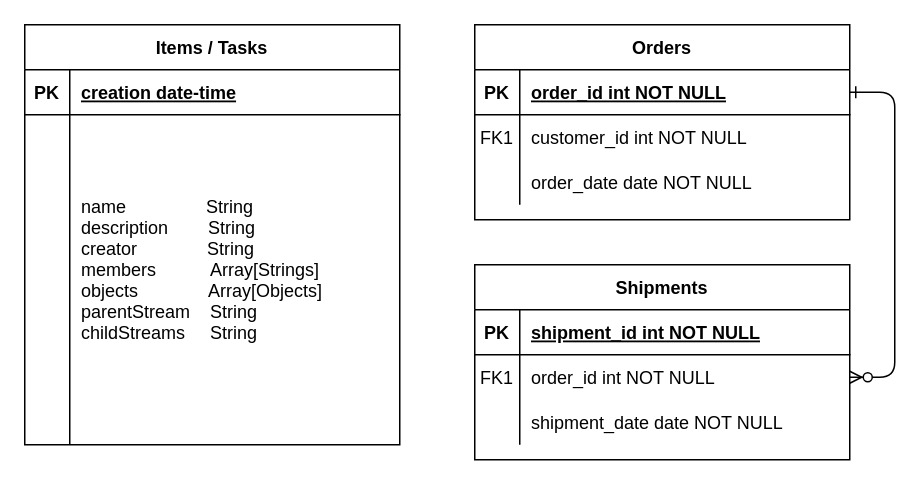
Earlier version of the draw.io diagram Untitled Diagram.drawio (jayelg/tasktime-client). Source tidied: cells renumbered, new cells numbered last; positions are measured from the earlier drawing's top-left corner, leaving out a move shared by most shapes. Both pictures are drawn from the tidied source at 150%, with x=0, y=0 at pixel (24, 24).
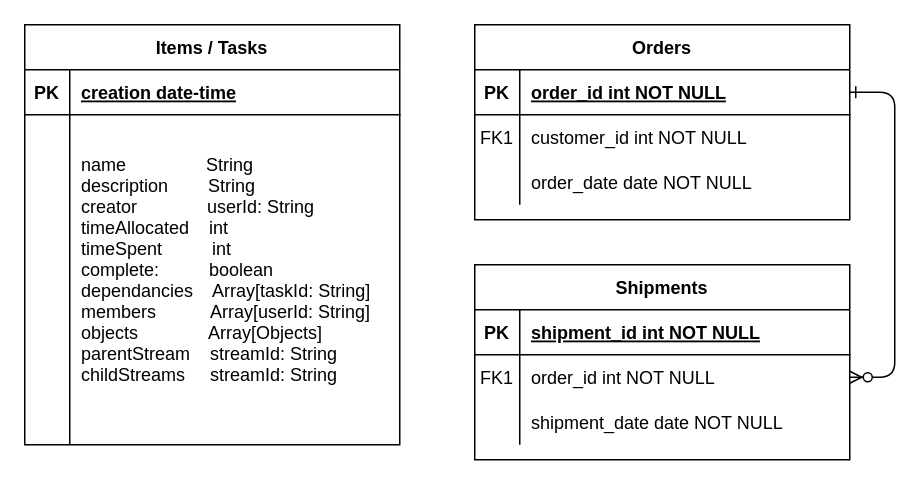
The same page after the edit.

The change refers to these unchanged cells:
```xml
<mxCell id="27" style="shape=partialRectangle;fillColor=none;top=0;left=0;right=0;bottom=0;" parent="23" vertex="1">
  <mxGeometry y="60" width="250" height="220" as="geometry" />
</mxCell>
```

Change to the diagram source:
```diff
@@
-    <mxCell id="29" value="name                String&#10;description        String&#10;creator              String&#10;members           Array[Strings]&#10;objects              Array[Objects]&#10;parentStream    String&#10;childStreams     String&#10;" style="shape=partialRectangle;overflow=hidden;fillColor=none;top=0;left=0;bottom=0;right=0;align=left;spacingLeft=6;" parent="27" vertex="1">
+    <mxCell id="29" value="name                String&#10;description        String&#10;creator              userId: String&#10;timeAllocated    int&#10;timeSpent          int&#10;complete:          boolean&#10;dependancies    Array[taskId: String]&#10;members           Array[userId: String]&#10;objects              Array[Objects]&#10;parentStream    streamId: String&#10;childStreams     streamId: String&#10;" style="shape=partialRectangle;overflow=hidden;fillColor=none;top=0;left=0;bottom=0;right=0;align=left;spacingLeft=6;" parent="27" vertex="1">
       <mxGeometry x="30" width="220" height="220" as="geometry" />
     </mxCell>
```
